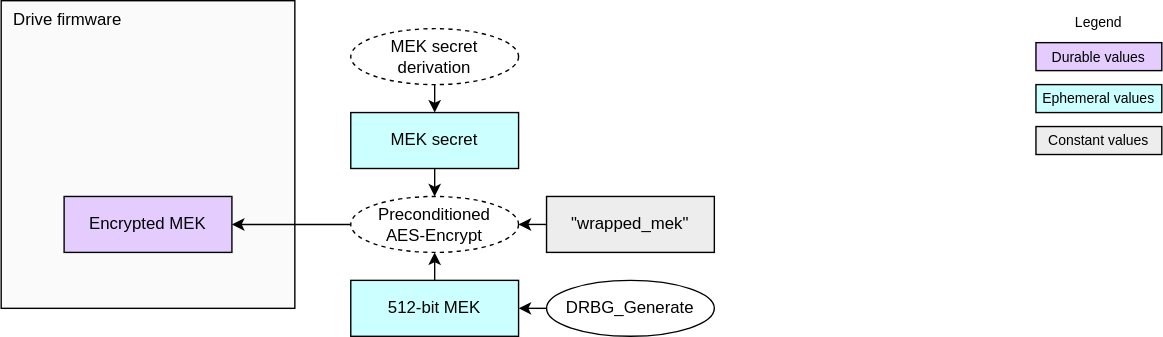
Earlier version of the draw.io export doc/ocp_lock/diagrams/mek_generate.drawio.svg (chipsalliance/Caliptra). Source tidied: cells renumbered, new cells last; positions are measured from the earlier drawing's top-left corner, leaving out a move shared by most shapes.
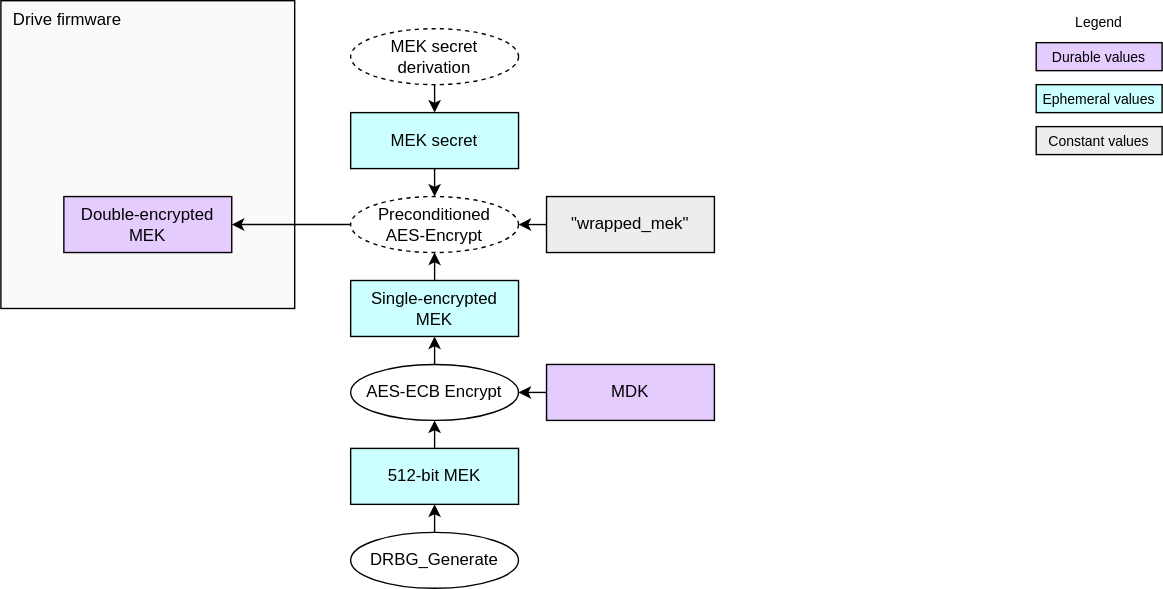
The same diagram one commit later.

The edit, as a diff of the source:
```diff
@@ -14,7 +14,7 @@
     <mxCell id="5" value="&lt;div&gt;&lt;font color=&quot;#000000&quot;&gt;Ephemeral values&lt;/font&gt;&lt;/div&gt;" style="rounded=0;whiteSpace=wrap;html=1;align=center;verticalAlign=middle;shadow=0;glass=0;spacingLeft=0;spacingBottom=0;spacingTop=0;fillColor=#CCFFFF;fontSize=10;" parent="1" vertex="1">
       <mxGeometry x="740" y="60" width="90" height="20" as="geometry" />
     </mxCell>
-    <mxCell id="6" value="&lt;div&gt;&lt;font color=&quot;#000000&quot;&gt;Encrypted MEK&lt;/font&gt;&lt;/div&gt;" style="rounded=0;whiteSpace=wrap;html=1;align=center;verticalAlign=middle;shadow=0;glass=0;spacingLeft=0;spacingBottom=0;spacingTop=0;fillColor=#E5CCFF;" parent="1" vertex="1">
+    <mxCell id="6" value="&lt;div&gt;&lt;font color=&quot;#000000&quot;&gt;Double-encrypted MEK&lt;/font&gt;&lt;/div&gt;" style="rounded=0;whiteSpace=wrap;html=1;align=center;verticalAlign=middle;shadow=0;glass=0;spacingLeft=0;spacingBottom=0;spacingTop=0;fillColor=#E5CCFF;" parent="1" vertex="1">
       <mxGeometry x="45" y="140" width="120" height="40" as="geometry" />
     </mxCell>
     <mxCell id="7" style="edgeStyle=none;html=1;exitX=0;exitY=0.5;exitDx=0;exitDy=0;entryX=1;entryY=0.5;entryDx=0;entryDy=0;" parent="1" edge="1" source="13" target="6">
@@ -23,13 +23,13 @@
     <mxCell id="8" style="edgeStyle=none;html=1;exitX=0.5;exitY=0;exitDx=0;exitDy=0;entryX=0.5;entryY=1;entryDx=0;entryDy=0;" parent="1" edge="1" source="9" target="13">
       <mxGeometry relative="1" as="geometry" />
     </mxCell>
-    <mxCell id="9" value="&lt;div&gt;&lt;font color=&quot;#000000&quot;&gt;512-bit MEK&lt;/font&gt;&lt;/div&gt;" style="rounded=0;whiteSpace=wrap;html=1;align=center;verticalAlign=middle;shadow=0;glass=0;spacingLeft=0;spacingBottom=0;spacingTop=0;fillColor=#CCFFFF;" parent="1" vertex="1">
+    <mxCell id="9" value="&lt;div&gt;&lt;font color=&quot;#000000&quot;&gt;Single-encrypted MEK&lt;/font&gt;&lt;/div&gt;" style="rounded=0;whiteSpace=wrap;html=1;align=center;verticalAlign=middle;shadow=0;glass=0;spacingLeft=0;spacingBottom=0;spacingTop=0;fillColor=#CCFFFF;" parent="1" vertex="1">
       <mxGeometry x="250" y="200" width="120" height="40" as="geometry" />
     </mxCell>
     <mxCell id="10" value="DRBG_Generate" style="ellipse;whiteSpace=wrap;html=1;fillColor=#FFFFFF;" parent="1" vertex="1">
-      <mxGeometry x="390" y="200" width="120" height="40" as="geometry" />
+      <mxGeometry x="250" y="380" width="120" height="40" as="geometry" />
     </mxCell>
-    <mxCell id="11" style="edgeStyle=none;html=1;exitX=0;exitY=0.5;exitDx=0;exitDy=0;entryX=1;entryY=0.5;entryDx=0;entryDy=0;" parent="1" edge="1" source="10" target="9">
+    <mxCell id="11" style="edgeStyle=none;html=1;exitX=0.5;exitY=0;exitDx=0;exitDy=0;entryX=0.5;entryY=1;entryDx=0;entryDy=0;" parent="1" edge="1" source="10" target="25">
       <mxGeometry relative="1" as="geometry" />
     </mxCell>
     <mxCell id="12" style="edgeStyle=orthogonalEdgeStyle;endArrow=classic;html=1;rounded=0;endSize=6;startSize=6;exitX=0.5;exitY=1;exitDx=0;exitDy=0;entryX=0.5;entryY=0;entryDx=0;entryDy=0;" parent="1" edge="1" source="15" target="13">
@@ -56,5 +56,23 @@
     <mxCell id="19" value="&lt;div&gt;&lt;font color=&quot;#000000&quot;&gt;&quot;wrapped_mek&quot;&lt;/font&gt;&lt;/div&gt;" style="rounded=0;whiteSpace=wrap;html=1;align=center;verticalAlign=middle;shadow=0;glass=0;spacingLeft=0;spacingBottom=0;spacingTop=0;fillColor=#EDEDED;" parent="1" vertex="1">
       <mxGeometry x="390" y="140" width="120" height="40" as="geometry" />
     </mxCell>
+    <mxCell id="20" style="edgeStyle=none;html=1;exitX=0.5;exitY=0;exitDx=0;exitDy=0;entryX=0.5;entryY=1;entryDx=0;entryDy=0;" parent="1" edge="1" source="22" target="9">
+      <mxGeometry relative="1" as="geometry" />
+    </mxCell>
+    <mxCell id="21" style="edgeStyle=none;html=1;exitX=0.5;exitY=0;exitDx=0;exitDy=0;entryX=0.5;entryY=1;entryDx=0;entryDy=0;" parent="1" edge="1" source="25" target="22">
+      <mxGeometry relative="1" as="geometry" />
+    </mxCell>
+    <mxCell id="22" value="AES-ECB Encrypt" style="ellipse;whiteSpace=wrap;html=1;fillColor=#FFFFFF;" parent="1" vertex="1">
+      <mxGeometry x="250" y="260" width="120" height="40" as="geometry" />
+    </mxCell>
+    <mxCell id="23" style="edgeStyle=orthogonalEdgeStyle;html=1;exitX=0;exitY=0.5;exitDx=0;exitDy=0;entryX=1;entryY=0.5;entryDx=0;entryDy=0;rounded=0;" parent="1" edge="1" source="24" target="22">
+      <mxGeometry relative="1" as="geometry" />
+    </mxCell>
+    <mxCell id="24" value="&lt;div&gt;&lt;font color=&quot;#000000&quot;&gt;MDK&lt;/font&gt;&lt;/div&gt;" style="rounded=0;whiteSpace=wrap;html=1;align=center;verticalAlign=middle;shadow=0;glass=0;spacingLeft=0;spacingBottom=0;spacingTop=0;fillColor=#E5CCFF;" parent="1" vertex="1">
+      <mxGeometry x="390" y="260" width="120" height="40" as="geometry" />
+    </mxCell>
+    <mxCell id="25" value="&lt;div&gt;&lt;font color=&quot;#000000&quot;&gt;512-bit MEK&lt;/font&gt;&lt;/div&gt;" style="rounded=0;whiteSpace=wrap;html=1;align=center;verticalAlign=middle;shadow=0;glass=0;spacingLeft=0;spacingBottom=0;spacingTop=0;fillColor=#CCFFFF;" parent="1" vertex="1">
+      <mxGeometry x="250" y="320" width="120" height="40" as="geometry" />
+    </mxCell>
   </root>
 </mxGraphModel>
```
